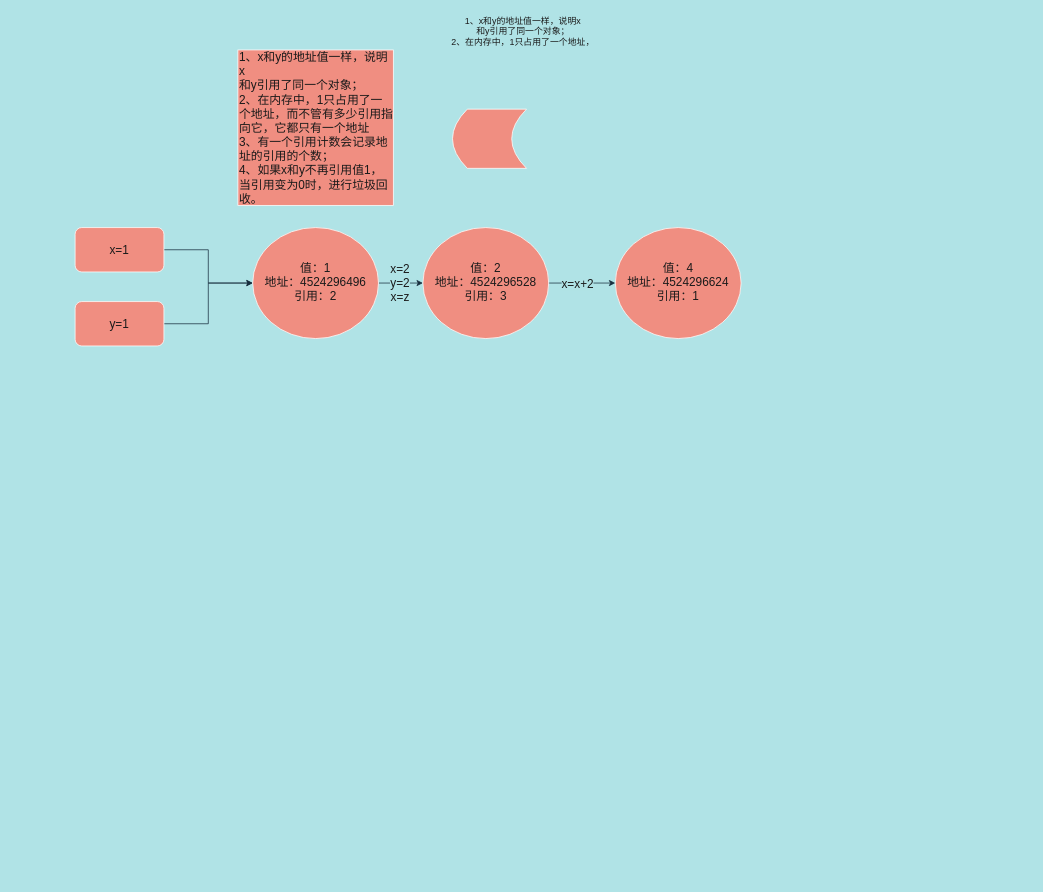
Christings/wechat keeps this draw.io diagram as page "datatype" (11 of 11) of tree/tree.drawio. Above is the earlier version. Source tidied: cells renumbered, new cells numbered last; positions are measured from the earlier drawing's top-left corner, leaving out a move shared by most shapes. Both pictures are drawn from the tidied source at 74%, with x=0, y=0 at pixel (75, 13).
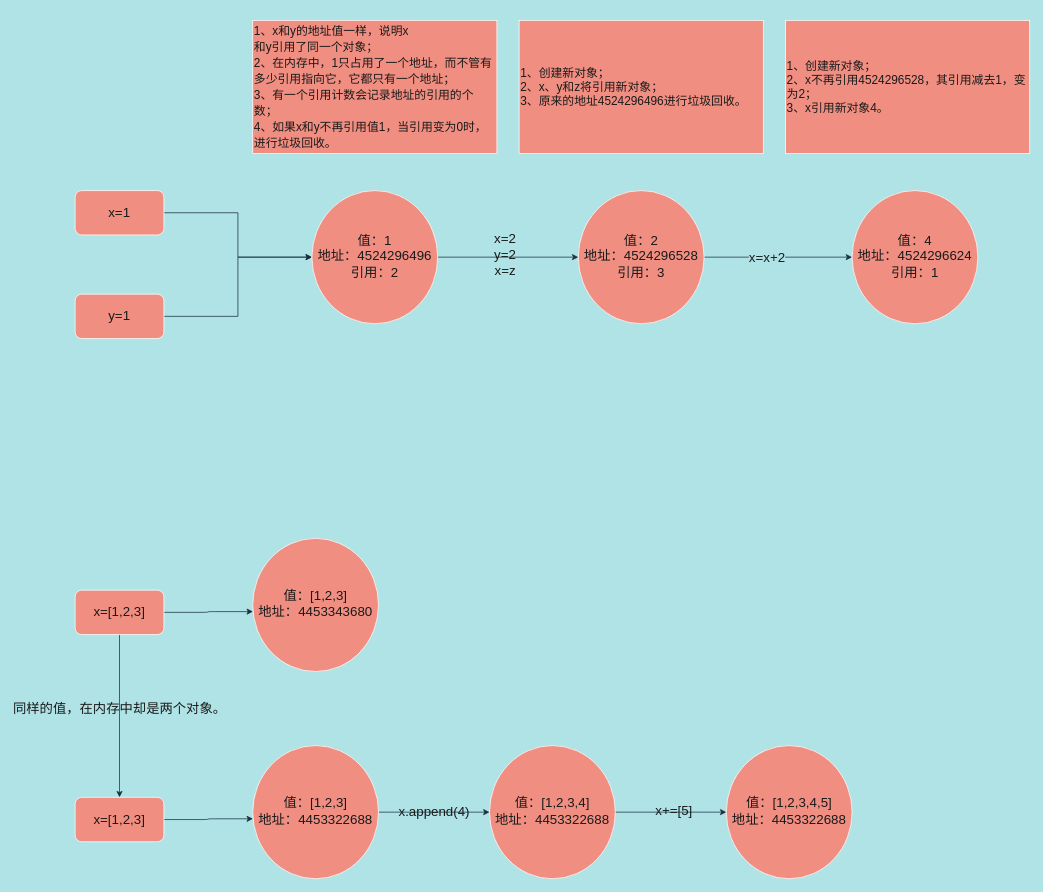
After the change.

The edit, as a diff of the source:
```diff
@@
-    <mxCell id="2" style="edgeStyle=orthogonalEdgeStyle;rounded=0;jettySize=auto;html=1;strokeColor=#182E3E;fontColor=#1A1A1A;fontSize=16;labelBackgroundColor=#B0E3E6;" parent="1" edge="1" source="3" target="8">
+    <mxCell id="2" style="edgeStyle=orthogonalEdgeStyle;rounded=0;jettySize=auto;html=1;strokeColor=#182E3E;fontColor=#1A1A1A;fontSize=18;labelBackgroundColor=#B0E3E6;" parent="1" edge="1" source="3" target="8">
       <mxGeometry relative="1" as="geometry" />
     </mxCell>
-    <mxCell id="3" value="x=1" style="rounded=1;whiteSpace=wrap;html=1;fillColor=#F08E81;strokeColor=#FFFFFF;fontColor=#1A1A1A;fontSize=16;" parent="1" vertex="1">
-      <mxGeometry y="290" width="120" height="60" as="geometry" />
+    <mxCell id="3" value="x=1" style="rounded=1;whiteSpace=wrap;html=1;fillColor=#F08E81;strokeColor=#FFFFFF;fontColor=#1A1A1A;fontSize=18;" parent="1" vertex="1">
+      <mxGeometry y="240" width="120" height="60" as="geometry" />
     </mxCell>
-    <mxCell id="4" style="edgeStyle=orthogonalEdgeStyle;rounded=0;jettySize=auto;html=1;strokeColor=#182E3E;fontColor=#1A1A1A;fontSize=16;labelBackgroundColor=#B0E3E6;" parent="1" edge="1" source="5" target="8">
+    <mxCell id="4" style="edgeStyle=orthogonalEdgeStyle;rounded=0;jettySize=auto;html=1;strokeColor=#182E3E;fontColor=#1A1A1A;fontSize=18;labelBackgroundColor=#B0E3E6;" parent="1" edge="1" source="5" target="8">
       <mxGeometry relative="1" as="geometry" />
     </mxCell>
-    <mxCell id="5" value="y=1" style="rounded=1;whiteSpace=wrap;html=1;fillColor=#F08E81;strokeColor=#FFFFFF;fontColor=#1A1A1A;fontSize=16;" parent="1" vertex="1">
-      <mxGeometry y="390" width="120" height="60" as="geometry" />
+    <mxCell id="5" value="y=1" style="rounded=1;whiteSpace=wrap;html=1;fillColor=#F08E81;strokeColor=#FFFFFF;fontColor=#1A1A1A;fontSize=18;" parent="1" vertex="1">
+      <mxGeometry y="380" width="120" height="60" as="geometry" />
     </mxCell>
-    <mxCell id="6" style="edgeStyle=orthogonalEdgeStyle;rounded=0;jettySize=auto;html=1;strokeColor=#182E3E;fontColor=#1A1A1A;fontSize=16;labelBackgroundColor=#B0E3E6;" parent="1" edge="1" source="8">
-      <mxGeometry relative="1" as="geometry">
-        <mxPoint x="470" y="365" as="targetPoint" />
-      </mxGeometry>
-    </mxCell>
+    <mxCell id="16" style="edgeStyle=orthogonalEdgeStyle;curved=0;rounded=1;sketch=0;jettySize=auto;html=1;fontSize=18;fontColor=#1A1A1A;strokeColor=#182E3E;entryX=0;entryY=0.5;entryDx=0;entryDy=0;" parent="1" edge="1" source="8" target="11">
+      <mxGeometry relative="1" as="geometry" />
+    </mxCell>
-    <mxCell id="7" value="x=2&lt;br&gt;y=2&lt;br&gt;x=z" style="edgeLabel;html=1;align=center;verticalAlign=middle;fontColor=#1A1A1A;fontSize=16;labelBackgroundColor=#B0E3E6;" parent="6" vertex="1">
-      <mxGeometry x="-0.07" y="1" relative="1" as="geometry" />
+    <mxCell id="7" value="x=2&lt;br style=&quot;font-size: 18px;&quot;&gt;y=2&lt;br style=&quot;font-size: 18px;&quot;&gt;x=z" style="edgeLabel;html=1;align=center;verticalAlign=middle;fontSize=18;fontColor=#1A1A1A;labelBackgroundColor=none;" parent="16" vertex="1">
+      <mxGeometry x="-0.05" y="4" relative="1" as="geometry" />
     </mxCell>
-    <mxCell id="8" value="值：1&lt;br&gt;地址：4524296496&lt;br&gt;引用：2&lt;span style=&quot;background-color: rgb(19 , 119 , 61) ; color: rgb(255 , 240 , 165) ; font-family: &amp;#34;courier&amp;#34; ; font-size: 16px&quot;&gt;&lt;br style=&quot;font-size: 16px&quot;&gt;&lt;/span&gt;" style="ellipse;whiteSpace=wrap;html=1;fillColor=#F08E81;strokeColor=#FFFFFF;fontColor=#1A1A1A;fontSize=16;" parent="1" vertex="1">
-      <mxGeometry x="240" y="290" width="170" height="150" as="geometry" />
+    <mxCell id="8" value="值：1&lt;br style=&quot;font-size: 18px;&quot;&gt;地址：4524296496&lt;br style=&quot;font-size: 18px;&quot;&gt;引用：2&lt;span style=&quot;background-color: rgb(19, 119, 61); color: rgb(255, 240, 165); font-family: courier; font-size: 18px;&quot;&gt;&lt;br style=&quot;font-size: 18px;&quot;&gt;&lt;/span&gt;" style="ellipse;whiteSpace=wrap;html=1;fillColor=#F08E81;strokeColor=#FFFFFF;fontColor=#1A1A1A;fontSize=18;" parent="1" vertex="1">
+      <mxGeometry x="320" y="240" width="170" height="180" as="geometry" />
     </mxCell>
-    <mxCell id="9" style="edgeStyle=orthogonalEdgeStyle;curved=0;rounded=1;sketch=0;jettySize=auto;html=1;fontSize=16;fontColor=#1A1A1A;strokeColor=#182E3E;labelBackgroundColor=#B0E3E6;" parent="1" edge="1" source="11" target="12">
+    <mxCell id="9" style="edgeStyle=orthogonalEdgeStyle;curved=0;rounded=1;sketch=0;jettySize=auto;html=1;fontSize=18;fontColor=#1A1A1A;strokeColor=#182E3E;labelBackgroundColor=#B0E3E6;" parent="1" edge="1" source="11" target="12">
       <mxGeometry relative="1" as="geometry" />
     </mxCell>
-    <mxCell id="10" value="x=x+2" style="edgeLabel;html=1;align=center;verticalAlign=middle;fontSize=16;fontColor=#1A1A1A;labelBackgroundColor=#B0E3E6;" parent="9" vertex="1">
+    <mxCell id="10" value="x=x+2" style="edgeLabel;html=1;align=center;verticalAlign=middle;fontSize=18;fontColor=#1A1A1A;labelBackgroundColor=#B0E3E6;" parent="9" vertex="1">
       <mxGeometry x="-0.16" relative="1" as="geometry" />
     </mxCell>
-    <mxCell id="11" value="值：2&lt;br&gt;地址：4524296528&lt;br&gt;引用：3&lt;span style=&quot;background-color: rgb(19 , 119 , 61) ; color: rgb(255 , 240 , 165) ; font-family: &amp;#34;courier&amp;#34; ; font-size: 16px&quot;&gt;&lt;br style=&quot;font-size: 16px&quot;&gt;&lt;/span&gt;" style="ellipse;whiteSpace=wrap;html=1;fillColor=#F08E81;strokeColor=#FFFFFF;fontColor=#1A1A1A;fontSize=16;" parent="1" vertex="1">
-      <mxGeometry x="470" y="290" width="170" height="150" as="geometry" />
+    <mxCell id="11" value="值：2&lt;br style=&quot;font-size: 18px;&quot;&gt;地址：4524296528&lt;br style=&quot;font-size: 18px;&quot;&gt;引用：3&lt;span style=&quot;background-color: rgb(19, 119, 61); color: rgb(255, 240, 165); font-family: courier; font-size: 18px;&quot;&gt;&lt;br style=&quot;font-size: 18px;&quot;&gt;&lt;/span&gt;" style="ellipse;whiteSpace=wrap;html=1;fillColor=#F08E81;strokeColor=#FFFFFF;fontColor=#1A1A1A;fontSize=18;" parent="1" vertex="1">
+      <mxGeometry x="680" y="240" width="170" height="180" as="geometry" />
     </mxCell>
-    <mxCell id="12" value="值：4&lt;br&gt;地址：4524296624&lt;br&gt;引用：1&lt;span style=&quot;background-color: rgb(19 , 119 , 61) ; color: rgb(255 , 240 , 165) ; font-family: &amp;#34;courier&amp;#34; ; font-size: 16px&quot;&gt;&lt;br style=&quot;font-size: 16px&quot;&gt;&lt;/span&gt;" style="ellipse;whiteSpace=wrap;html=1;fillColor=#F08E81;strokeColor=#FFFFFF;fontColor=#1A1A1A;fontSize=16;" parent="1" vertex="1">
-      <mxGeometry x="730" y="290" width="170" height="150" as="geometry" />
+    <mxCell id="12" value="值：4&lt;br style=&quot;font-size: 18px;&quot;&gt;地址：4524296624&lt;br style=&quot;font-size: 18px;&quot;&gt;引用：1&lt;span style=&quot;background-color: rgb(19, 119, 61); color: rgb(255, 240, 165); font-family: courier; font-size: 18px;&quot;&gt;&lt;br style=&quot;font-size: 18px;&quot;&gt;&lt;/span&gt;" style="ellipse;whiteSpace=wrap;html=1;fillColor=#F08E81;strokeColor=#FFFFFF;fontColor=#1A1A1A;fontSize=18;" parent="1" vertex="1">
+      <mxGeometry x="1050" y="240" width="170" height="180" as="geometry" />
     </mxCell>
-    <mxCell id="13" value="&lt;span&gt;1、x和y的地址值一样，说明x&lt;/span&gt;&lt;br&gt;&lt;span&gt;和y引用了同一个对象；&lt;br&gt;2、在内存中，1只占用了一个地址，&lt;br&gt;&lt;/span&gt;" style="text;html=1;align=center;verticalAlign=middle;strokeColor=none;fontColor=#1A1A1A;" parent="1" vertex="1">
-      <mxGeometry x="500" width="210" height="50" as="geometry" />
-    </mxCell>
-    <mxCell id="14" value="&lt;span style=&quot;color: rgb(26, 26, 26); font-family: helvetica; font-size: 16px; font-style: normal; font-weight: 400; letter-spacing: normal; text-indent: 0px; text-transform: none; word-spacing: 0px;&quot;&gt;1、x和y的地址值一样，说明x&lt;/span&gt;&lt;br style=&quot;color: rgb(26, 26, 26); font-family: helvetica; font-size: 16px; font-style: normal; font-weight: 400; letter-spacing: normal; text-indent: 0px; text-transform: none; word-spacing: 0px;&quot;&gt;&lt;span style=&quot;color: rgb(26, 26, 26); font-family: helvetica; font-size: 16px; font-style: normal; font-weight: 400; letter-spacing: normal; text-indent: 0px; text-transform: none; word-spacing: 0px;&quot;&gt;和y引用了同一个对象；&lt;br style=&quot;font-size: 16px;&quot;&gt;2、在内存中，1只占用了一个地址，而不管有多少引用指向它，它都只有一个地址&lt;br style=&quot;font-size: 16px;&quot;&gt;3、有一个引用计数会记录地址的引用的个数；&lt;br style=&quot;font-size: 16px;&quot;&gt;4、如果x和y不再引用值1，当引用变为0时，进行垃圾回收。&lt;br style=&quot;font-size: 16px;&quot;&gt;&lt;/span&gt;" style="whiteSpace=wrap;html=1;rounded=0;sketch=0;fillColor=#F08E81;strokeColor=#FFFFFF;fontColor=#1A1A1A;fontSize=16;align=left;" parent="1" vertex="1">
-      <mxGeometry x="220" y="50" width="210" height="210" as="geometry" />
-    </mxCell>
-    <mxCell id="15" style="shape=dataStorage;whiteSpace=wrap;html=1;fixedSize=1;rounded=0;sketch=0;fontSize=16;fontColor=#1A1A1A;strokeColor=#FFFFFF;fillColor=#F08E81;align=left;" parent="1" vertex="1">
-      <mxGeometry x="510" y="130" width="100" height="80" as="geometry" />
-    </mxCell>
+    <mxCell id="17" value="&lt;font style=&quot;font-size: 16px&quot;&gt;&lt;span style=&quot;font-family: &amp;#34;helvetica&amp;#34;&quot;&gt;1、x和y的地址值一样，说明x&lt;/span&gt;&lt;br style=&quot;font-family: &amp;#34;helvetica&amp;#34;&quot;&gt;&lt;span style=&quot;font-family: &amp;#34;helvetica&amp;#34;&quot;&gt;和y引用了同一个对象；&lt;br&gt;2、在内存中，1只占用了一个地址，而不管有多少引用指向它，它都只有一个地址；&lt;br&gt;3、有一个引用计数会记录地址的引用的个数；&lt;br&gt;4、如果x和y不再引用值1，当引用变为0时，进行垃圾回收。&lt;/span&gt;&lt;/font&gt;" style="rounded=0;whiteSpace=wrap;html=1;sketch=0;fontSize=18;fontColor=#1A1A1A;strokeColor=#FFFFFF;fillColor=#F08E81;align=left;" parent="1" vertex="1">
+      <mxGeometry x="240" y="10" width="330" height="180" as="geometry" />
+    </mxCell>
+    <mxCell id="18" value="&lt;span style=&quot;font-family: helvetica; font-size: 16px;&quot;&gt;1、创建新对象；&lt;br style=&quot;font-size: 16px;&quot;&gt;2、x、y和z将引用新对象；&lt;br style=&quot;font-size: 16px;&quot;&gt;3、原来的地址&lt;/span&gt;&lt;span style=&quot;text-align: center; font-size: 16px;&quot;&gt;4524296496&lt;/span&gt;&lt;span style=&quot;font-family: helvetica; font-size: 16px;&quot;&gt;进行垃圾回收。&lt;/span&gt;" style="rounded=0;whiteSpace=wrap;html=1;sketch=0;fontSize=16;fontColor=#1A1A1A;strokeColor=#FFFFFF;fillColor=#F08E81;align=left;" parent="1" vertex="1">
+      <mxGeometry x="600" y="10" width="330" height="180" as="geometry" />
+    </mxCell>
+    <mxCell id="19" value="&lt;span style=&quot;font-family: helvetica; font-size: 16px;&quot;&gt;1、创建新对象；&lt;br style=&quot;font-size: 16px;&quot;&gt;2、x不再引用&lt;/span&gt;&lt;span style=&quot;text-align: center; font-size: 16px;&quot;&gt;4524296528，其引用减去1，变为2；&lt;/span&gt;&lt;span style=&quot;font-family: helvetica; font-size: 16px;&quot;&gt;&lt;br style=&quot;font-size: 16px;&quot;&gt;3、x引用新对象4。&lt;/span&gt;" style="rounded=0;whiteSpace=wrap;html=1;sketch=0;fontSize=16;fontColor=#1A1A1A;strokeColor=#FFFFFF;fillColor=#F08E81;align=left;" parent="1" vertex="1">
+      <mxGeometry x="960" y="10" width="330" height="180" as="geometry" />
+    </mxCell>
+    <mxCell id="20" value="值：[1,2,3]&lt;br style=&quot;font-size: 18px;&quot;&gt;地址：4453343680&lt;span style=&quot;background-color: rgb(19, 119, 61); color: rgb(255, 240, 165); font-family: courier; font-size: 18px;&quot;&gt;&lt;br style=&quot;font-size: 18px;&quot;&gt;&lt;/span&gt;" style="ellipse;whiteSpace=wrap;html=1;fillColor=#F08E81;strokeColor=#FFFFFF;fontColor=#1A1A1A;fontSize=18;" parent="1" vertex="1">
+      <mxGeometry x="240" y="710" width="170" height="180" as="geometry" />
+    </mxCell>
+    <mxCell id="21" style="edgeStyle=orthogonalEdgeStyle;curved=0;rounded=1;sketch=0;jettySize=auto;html=1;fontSize=18;fontColor=#1A1A1A;strokeColor=#182E3E;" parent="1" edge="1" source="23">
+      <mxGeometry relative="1" as="geometry">
+        <mxPoint x="880" y="1080" as="targetPoint" />
+      </mxGeometry>
+    </mxCell>
+    <mxCell id="22" value="x+=[5]" style="edgeLabel;html=1;align=center;verticalAlign=middle;fontSize=18;fontColor=#1A1A1A;labelBackgroundColor=none;" parent="21" vertex="1">
+      <mxGeometry x="0.05" y="-1" relative="1" as="geometry">
+        <mxPoint y="-4" as="offset" />
+      </mxGeometry>
+    </mxCell>
+    <mxCell id="23" value="值：[1,2,3,4]&lt;br style=&quot;font-size: 18px;&quot;&gt;地址：4453322688&lt;span style=&quot;background-color: rgb(19, 119, 61); color: rgb(255, 240, 165); font-family: courier; font-size: 18px;&quot;&gt;&lt;br style=&quot;font-size: 18px;&quot;&gt;&lt;/span&gt;" style="ellipse;whiteSpace=wrap;html=1;fillColor=#F08E81;strokeColor=#FFFFFF;fontColor=#1A1A1A;fontSize=18;" parent="1" vertex="1">
+      <mxGeometry x="560" y="990" width="170" height="180" as="geometry" />
+    </mxCell>
+    <mxCell id="24" style="edgeStyle=orthogonalEdgeStyle;curved=0;rounded=1;sketch=0;jettySize=auto;html=1;fontSize=18;fontColor=#1A1A1A;strokeColor=#182E3E;entryX=0.002;entryY=0.55;entryDx=0;entryDy=0;entryPerimeter=0;" parent="1" edge="1" source="27" target="20">
+      <mxGeometry relative="1" as="geometry" />
+    </mxCell>
+    <mxCell id="25" style="edgeStyle=orthogonalEdgeStyle;curved=0;rounded=1;sketch=0;jettySize=auto;html=1;fontSize=18;fontColor=#1A1A1A;strokeColor=#182E3E;entryX=0.5;entryY=0;entryDx=0;entryDy=0;" parent="1" edge="1" source="27" target="31">
+      <mxGeometry relative="1" as="geometry" />
+    </mxCell>
+    <mxCell id="26" value="同样的值，在内存中却是两个对象。" style="edgeLabel;html=1;align=center;verticalAlign=middle;fontSize=18;fontColor=#1A1A1A;labelBackgroundColor=none;" parent="25" vertex="1">
+      <mxGeometry x="-0.09" y="-1" relative="1" as="geometry" />
+    </mxCell>
+    <mxCell id="27" value="x=[1,2,3]" style="rounded=1;whiteSpace=wrap;html=1;fillColor=#F08E81;strokeColor=#FFFFFF;fontColor=#1A1A1A;fontSize=18;" parent="1" vertex="1">
+      <mxGeometry y="780" width="120" height="60" as="geometry" />
+    </mxCell>
+    <mxCell id="28" value="x.append(4)" style="edgeStyle=orthogonalEdgeStyle;curved=0;rounded=1;sketch=0;jettySize=auto;html=1;fontSize=18;fontColor=#1A1A1A;strokeColor=#182E3E;entryX=0;entryY=0.5;entryDx=0;entryDy=0;labelBackgroundColor=none;" parent="1" edge="1" source="29" target="23">
+      <mxGeometry relative="1" as="geometry" />
+    </mxCell>
+    <mxCell id="29" value="值：[1,2,3]&lt;br style=&quot;font-size: 18px;&quot;&gt;地址：4453322688&lt;span style=&quot;background-color: rgb(19, 119, 61); color: rgb(255, 240, 165); font-family: courier; font-size: 18px;&quot;&gt;&lt;br style=&quot;font-size: 18px;&quot;&gt;&lt;/span&gt;" style="ellipse;whiteSpace=wrap;html=1;fillColor=#F08E81;strokeColor=#FFFFFF;fontColor=#1A1A1A;fontSize=18;" parent="1" vertex="1">
+      <mxGeometry x="240" y="990" width="170" height="180" as="geometry" />
+    </mxCell>
+    <mxCell id="30" style="edgeStyle=orthogonalEdgeStyle;curved=0;rounded=1;sketch=0;jettySize=auto;html=1;fontSize=18;fontColor=#1A1A1A;strokeColor=#182E3E;entryX=0.002;entryY=0.55;entryDx=0;entryDy=0;entryPerimeter=0;" parent="1" edge="1" source="31" target="29">
+      <mxGeometry relative="1" as="geometry" />
+    </mxCell>
+    <mxCell id="31" value="x=[1,2,3]" style="rounded=1;whiteSpace=wrap;html=1;fillColor=#F08E81;strokeColor=#FFFFFF;fontColor=#1A1A1A;fontSize=18;" parent="1" vertex="1">
+      <mxGeometry y="1060" width="120" height="60" as="geometry" />
+    </mxCell>
+    <mxCell id="32" value="值：[1,2,3,4,5]&lt;br style=&quot;font-size: 18px;&quot;&gt;地址：4453322688&lt;span style=&quot;background-color: rgb(19, 119, 61); color: rgb(255, 240, 165); font-family: courier; font-size: 18px;&quot;&gt;&lt;br style=&quot;font-size: 18px;&quot;&gt;&lt;/span&gt;" style="ellipse;whiteSpace=wrap;html=1;fillColor=#F08E81;strokeColor=#FFFFFF;fontColor=#1A1A1A;fontSize=18;" parent="1" vertex="1">
+      <mxGeometry x="880" y="990" width="170" height="180" as="geometry" />
+    </mxCell>
```
